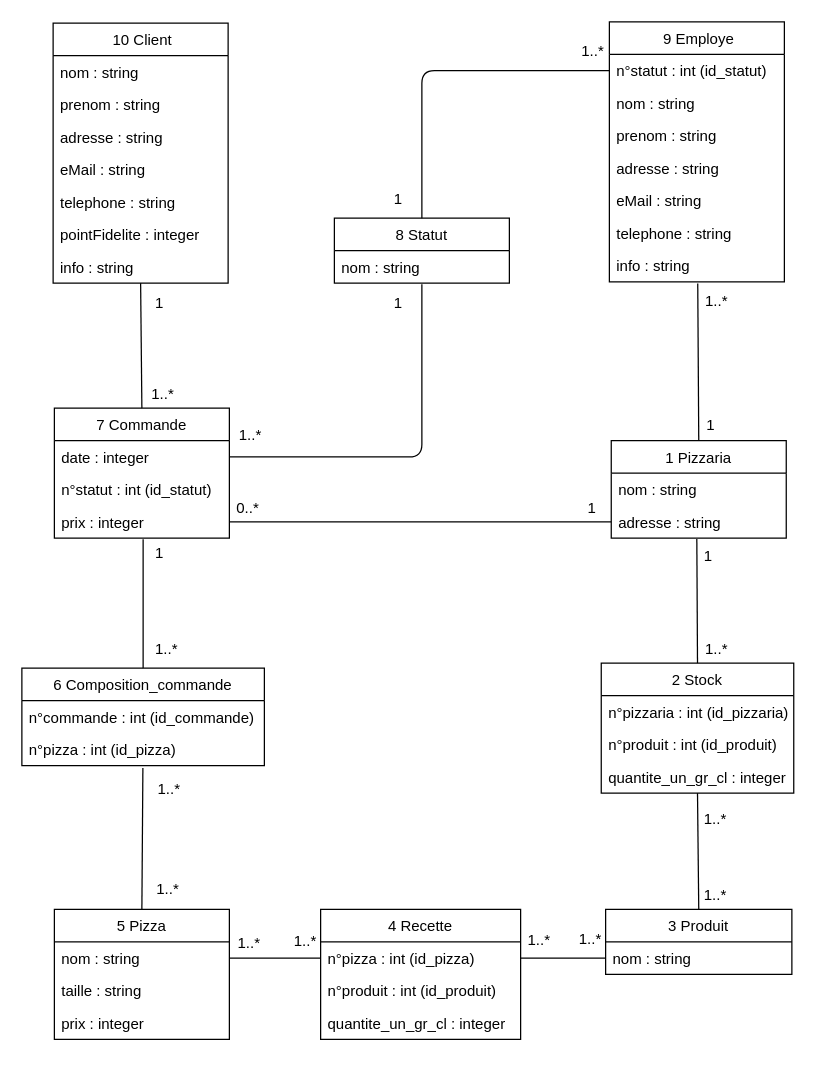
Before: diagramme_de_classe.drawio in thomsart/P6_PGESTpizza, a draw.io diagram. Source tidied: cells renumbered, new cells numbered last; positions are measured from the earlier drawing's top-left corner, leaving out a move shared by most shapes. Both pictures are drawn from the tidied source at 125%, with x=0, y=0 at pixel (21, 21).
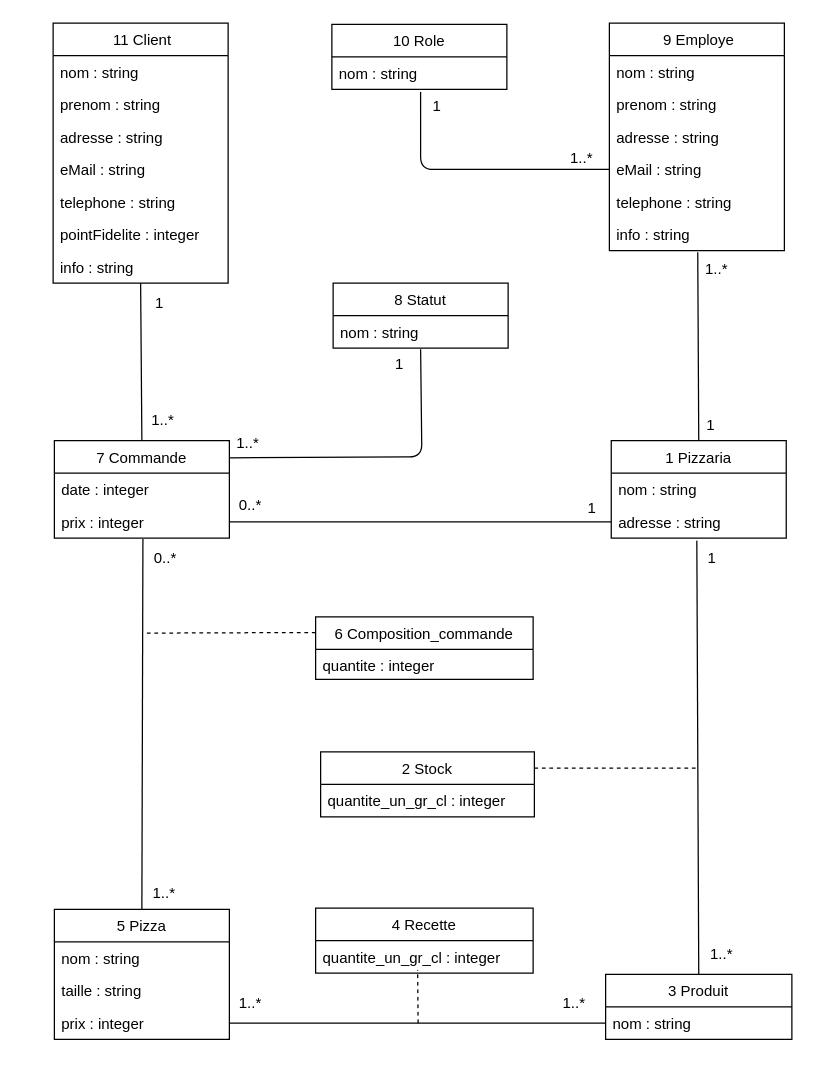
The same page after the edit.

Unchanged cells that the change refers to:
```xml
<mxCell id="12" value="date : integer" style="text;strokeColor=none;fillColor=none;align=left;verticalAlign=top;spacingLeft=4;spacingRight=4;overflow=hidden;points=[[0,0.5],[1,0.5]];portConstraint=eastwest;" parent="11" vertex="1">
  <mxGeometry y="26" width="140" height="26" as="geometry" />
</mxCell>
<mxCell id="17" value="adresse : string" style="text;strokeColor=none;fillColor=none;align=left;verticalAlign=top;spacingLeft=4;spacingRight=4;overflow=hidden;points=[[0,0.5],[1,0.5]];portConstraint=eastwest;" parent="15" vertex="1">
  <mxGeometry y="52" width="140" height="26" as="geometry" />
</mxCell>
<mxCell id="18" value="5 Pizza" style="swimlane;fontStyle=0;horizontal=1;startSize=26;fillColor=none;" parent="1" vertex="1">
  <mxGeometry x="26" y="710" width="140" height="104" as="geometry" />
</mxCell>
<mxCell id="19" value="nom : string" style="text;strokeColor=none;fillColor=none;align=left;verticalAlign=top;spacingLeft=4;spacingRight=4;overflow=hidden;points=[[0,0.5],[1,0.5]];portConstraint=eastwest;" parent="18" vertex="1">
  <mxGeometry y="26" width="140" height="26" as="geometry" />
</mxCell>
<mxCell id="21" value="prix : integer" style="text;strokeColor=none;fillColor=none;align=left;verticalAlign=top;spacingLeft=4;spacingRight=4;overflow=hidden;points=[[0,0.5],[1,0.5]];portConstraint=eastwest;" parent="18" vertex="1">
  <mxGeometry y="78" width="140" height="26" as="geometry" />
</mxCell>
<mxCell id="23" value="nom : string" style="text;strokeColor=none;fillColor=none;align=left;verticalAlign=top;spacingLeft=4;spacingRight=4;overflow=hidden;points=[[0,0.5],[1,0.5]];portConstraint=eastwest;" parent="22" vertex="1">
  <mxGeometry y="26" width="149" height="26" as="geometry" />
</mxCell>
<mxCell id="58" value="nom : string" style="text;strokeColor=none;fillColor=none;align=left;verticalAlign=top;spacingLeft=4;spacingRight=4;overflow=hidden;points=[[0,0.5],[1,0.5]];portConstraint=eastwest;" parent="57" vertex="1">
  <mxGeometry y="26" width="140" height="26" as="geometry" />
</mxCell>
```

Change to the diagram source:
```diff
@@
-    <mxCell id="2" style="endArrow=none;html=1;exitX=0.5;exitY=0;exitDx=0;exitDy=0;entryX=0.489;entryY=1.026;entryDx=0;entryDy=0;entryPerimeter=0;" parent="1" edge="1" source="53" target="17">
-      <mxGeometry relative="1" as="geometry" />
-    </mxCell>
-    <mxCell id="3" value=" 10 Client" style="swimlane;fontStyle=0;horizontal=1;startSize=26;fillColor=none;" parent="1" vertex="1">
+    <mxCell id="3" value=" 11 Client" style="swimlane;fontStyle=0;horizontal=1;startSize=26;fillColor=none;" parent="1" vertex="1">
       <mxGeometry x="25" y="1" width="140" height="208" as="geometry" />
     </mxCell>
@@
     <mxCell id="11" value="7 Commande" style="swimlane;fontStyle=0;horizontal=1;startSize=26;fillColor=none;" parent="1" vertex="1">
-      <mxGeometry x="26" y="309" width="140" height="104" as="geometry" />
+      <mxGeometry x="26" y="335" width="140" height="78" as="geometry" />
     </mxCell>
@@
-    <mxCell id="13" value="n°statut : int (id_statut)" style="text;strokeColor=none;fillColor=none;align=left;verticalAlign=top;spacingLeft=4;spacingRight=4;overflow=hidden;" parent="11" vertex="1">
-      <mxGeometry y="52" width="140" height="26" as="geometry" />
-    </mxCell>
     <mxCell id="14" value="prix : integer" style="text;strokeColor=none;fillColor=none;align=left;verticalAlign=top;spacingLeft=4;spacingRight=4;overflow=hidden;points=[[0,0.5],[1,0.5]];portConstraint=eastwest;" parent="11" vertex="1">
-      <mxGeometry y="78" width="140" height="26" as="geometry" />
+      <mxGeometry y="52" width="140" height="26" as="geometry" />
     </mxCell>
@@
     <mxCell id="22" value="3 Produit" style="swimlane;fontStyle=0;horizontal=1;startSize=26;fillColor=none;" parent="1" vertex="1">
-      <mxGeometry x="467" y="710" width="149" height="52" as="geometry" />
+      <mxGeometry x="467" y="762" width="149" height="52" as="geometry" />
     </mxCell>
@@
     <mxCell id="24" value=" 9 Employe" style="swimlane;fontStyle=0;horizontal=1;startSize=26;fillColor=none;" parent="1" vertex="1">
-      <mxGeometry x="470" width="140" height="208" as="geometry" />
+      <mxGeometry x="470" y="1" width="140" height="182" as="geometry" />
     </mxCell>
-    <mxCell id="25" value="n°statut : int (id_statut)" style="text;strokeColor=none;fillColor=none;align=left;verticalAlign=top;spacingLeft=4;spacingRight=4;overflow=hidden;points=[[0,0.5],[1,0.5]];portConstraint=eastwest;" parent="24" vertex="1">
-      <mxGeometry y="26" width="140" height="26" as="geometry" />
-    </mxCell>
     <mxCell id="26" value="nom : string" style="text;strokeColor=none;fillColor=none;align=left;verticalAlign=top;spacingLeft=4;spacingRight=4;overflow=hidden;" parent="24" vertex="1">
-      <mxGeometry y="52" width="140" height="26" as="geometry" />
+      <mxGeometry y="26" width="140" height="26" as="geometry" />
     </mxCell>
     <mxCell id="27" value="prenom : string" style="text;strokeColor=none;fillColor=none;align=left;verticalAlign=top;spacingLeft=4;spacingRight=4;overflow=hidden;" parent="24" vertex="1">
-      <mxGeometry y="78" width="140" height="26" as="geometry" />
+      <mxGeometry y="52" width="140" height="26" as="geometry" />
     </mxCell>
     <mxCell id="28" value="adresse : string" style="text;strokeColor=none;fillColor=none;align=left;verticalAlign=top;spacingLeft=4;spacingRight=4;overflow=hidden;" parent="24" vertex="1">
-      <mxGeometry y="104" width="140" height="26" as="geometry" />
+      <mxGeometry y="78" width="140" height="26" as="geometry" />
     </mxCell>
     <mxCell id="29" value="eMail : string" style="text;strokeColor=none;fillColor=none;align=left;verticalAlign=top;spacingLeft=4;spacingRight=4;overflow=hidden;points=[[0,0.5],[1,0.5]];portConstraint=eastwest;" parent="24" vertex="1">
-      <mxGeometry y="130" width="140" height="26" as="geometry" />
+      <mxGeometry y="104" width="140" height="26" as="geometry" />
     </mxCell>
     <mxCell id="30" value="telephone : string" style="text;strokeColor=none;fillColor=none;align=left;verticalAlign=top;spacingLeft=4;spacingRight=4;overflow=hidden;" parent="24" vertex="1">
-      <mxGeometry y="156" width="140" height="26" as="geometry" />
+      <mxGeometry y="130" width="140" height="26" as="geometry" />
     </mxCell>
     <mxCell id="31" value="info : string" style="text;strokeColor=none;fillColor=none;align=left;verticalAlign=top;spacingLeft=4;spacingRight=4;overflow=hidden;points=[[0,0.5],[1,0.5]];portConstraint=eastwest;" parent="24" vertex="1">
-      <mxGeometry y="182" width="140" height="26" as="geometry" />
+      <mxGeometry y="156" width="140" height="26" as="geometry" />
     </mxCell>
@@
     <mxCell id="35" value="0..*" style="text;html=1;align=left;verticalAlign=top;spacingTop=-4;" parent="1" vertex="1">
-      <mxGeometry x="170" y="379" width="30" height="20" as="geometry" />
+      <mxGeometry x="172" y="377" width="30" height="20" as="geometry" />
     </mxCell>
     <mxCell id="36" value="1..*" style="text;html=1;align=left;verticalAlign=top;spacingTop=-4;" parent="1" vertex="1">
-      <mxGeometry x="545" y="214" width="30" height="20" as="geometry" />
+      <mxGeometry x="545" y="188" width="30" height="20" as="geometry" />
     </mxCell>
@@
     <mxCell id="39" value="1..*" style="text;html=1;align=left;verticalAlign=top;spacingTop=-4;" parent="1" vertex="1">
-      <mxGeometry x="102" y="288" width="30" height="20" as="geometry" />
+      <mxGeometry x="102" y="309" width="30" height="20" as="geometry" />
     </mxCell>
     <mxCell id="40" value="1..*" style="text;html=1;align=left;verticalAlign=top;spacingTop=-4;" parent="1" vertex="1">
-      <mxGeometry x="443.5" y="724" width="30" height="20" as="geometry" />
+      <mxGeometry x="430.5" y="775" width="30" height="20" as="geometry" />
     </mxCell>
     <mxCell id="41" value="1..*" style="text;html=1;align=left;verticalAlign=top;spacingTop=-4;" parent="1" vertex="1">
-      <mxGeometry x="543.5" y="689" width="30" height="20" as="geometry" />
+      <mxGeometry x="549" y="736" width="30" height="20" as="geometry" />
     </mxCell>
     <mxCell id="42" value="1..*" style="text;html=1;align=left;verticalAlign=top;spacingTop=-4;" parent="1" vertex="1">
-      <mxGeometry x="106" y="684" width="30" height="20" as="geometry" />
+      <mxGeometry x="103" y="687" width="30" height="20" as="geometry" />
     </mxCell>
@@
     <mxCell id="44" value="1..*" style="text;html=1;align=left;verticalAlign=top;spacingTop=-4;" parent="1" vertex="1">
-      <mxGeometry x="171" y="727" width="30" height="20" as="geometry" />
+      <mxGeometry x="172" y="775" width="30" height="20" as="geometry" />
     </mxCell>
-    <mxCell id="45" value="1" style="text;html=1;align=left;verticalAlign=top;spacingTop=-4;" parent="1" vertex="1">
-      <mxGeometry x="105" y="415" width="20" height="20" as="geometry" />
-    </mxCell>
     <mxCell id="46" value="6 Composition_commande" style="swimlane;fontStyle=0;horizontal=1;startSize=26;fillColor=none;" parent="1" vertex="1">
-      <mxGeometry y="517" width="194" height="78" as="geometry" />
+      <mxGeometry x="235" y="476" width="174" height="50" as="geometry" />
     </mxCell>
-    <mxCell id="47" value="n°commande : int (id_commande)" style="text;strokeColor=none;fillColor=none;align=left;verticalAlign=top;spacingLeft=4;spacingRight=4;overflow=hidden;" parent="46" vertex="1">
-      <mxGeometry y="26" width="194" height="26" as="geometry" />
-    </mxCell>
-    <mxCell id="48" value="n°pizza : int (id_pizza)" style="text;strokeColor=none;fillColor=none;align=left;verticalAlign=top;spacingLeft=4;spacingRight=4;overflow=hidden;points=[[0,0.5],[1,0.5]];portConstraint=eastwest;" parent="46" vertex="1">
-      <mxGeometry y="52" width="194" height="26" as="geometry" />
+    <mxCell id="48" value="quantite : integer" style="text;strokeColor=none;fillColor=none;align=left;verticalAlign=top;spacingLeft=4;spacingRight=4;overflow=hidden;points=[[0,0.5],[1,0.5]];portConstraint=eastwest;" parent="46" vertex="1">
+      <mxGeometry y="26" width="174" height="24" as="geometry" />
     </mxCell>
     <mxCell id="49" value="4 Recette" style="swimlane;fontStyle=0;horizontal=1;startSize=26;fillColor=none;" parent="1" vertex="1">
-      <mxGeometry x="239" y="710" width="160" height="104" as="geometry" />
+      <mxGeometry x="235" y="709" width="174" height="52" as="geometry" />
     </mxCell>
-    <mxCell id="50" value="n°pizza : int (id_pizza)" style="text;strokeColor=none;fillColor=none;align=left;verticalAlign=top;spacingLeft=4;spacingRight=4;overflow=hidden;points=[[0,0.5],[1,0.5]];portConstraint=eastwest;" parent="49" vertex="1">
-      <mxGeometry y="26" width="160" height="26" as="geometry" />
-    </mxCell>
-    <mxCell id="51" value="n°produit : int (id_produit)" style="text;strokeColor=none;fillColor=none;align=left;verticalAlign=top;spacingLeft=4;spacingRight=4;overflow=hidden;" parent="49" vertex="1">
-      <mxGeometry y="52" width="160" height="26" as="geometry" />
-    </mxCell>
     <mxCell id="52" value="quantite_un_gr_cl : integer" style="text;strokeColor=none;fillColor=none;align=left;verticalAlign=top;spacingLeft=4;spacingRight=4;overflow=hidden;" parent="49" vertex="1">
-      <mxGeometry y="78" width="160" height="26" as="geometry" />
+      <mxGeometry y="26" width="174" height="26" as="geometry" />
     </mxCell>
     <mxCell id="53" value="2 Stock" style="swimlane;fontStyle=0;horizontal=1;startSize=26;fillColor=none;" parent="1" vertex="1">
-      <mxGeometry x="463.5" y="513" width="154" height="104" as="geometry" />
+      <mxGeometry x="239" y="584" width="171" height="52" as="geometry" />
     </mxCell>
-    <mxCell id="54" value="n°pizzaria : int (id_pizzaria)" style="text;strokeColor=none;fillColor=none;align=left;verticalAlign=top;spacingLeft=4;spacingRight=4;overflow=hidden;" parent="53" vertex="1">
-      <mxGeometry y="26" width="154" height="26" as="geometry" />
-    </mxCell>
-    <mxCell id="55" value="n°produit : int (id_produit)" style="text;strokeColor=none;fillColor=none;align=left;verticalAlign=top;spacingLeft=4;spacingRight=4;overflow=hidden;" parent="53" vertex="1">
-      <mxGeometry y="52" width="154" height="26" as="geometry" />
-    </mxCell>
     <mxCell id="56" value="quantite_un_gr_cl : integer" style="text;strokeColor=none;fillColor=none;align=left;verticalAlign=top;spacingLeft=4;spacingRight=4;overflow=hidden;" parent="53" vertex="1">
-      <mxGeometry y="78" width="154" height="26" as="geometry" />
+      <mxGeometry y="26" width="171" height="26" as="geometry" />
     </mxCell>
     <mxCell id="57" value="8 Statut" style="swimlane;fontStyle=0;horizontal=1;startSize=26;fillColor=none;" parent="1" vertex="1">
-      <mxGeometry x="250" y="157" width="140" height="52" as="geometry" />
+      <mxGeometry x="249" y="209" width="140" height="52" as="geometry" />
     </mxCell>
@@
-    <mxCell id="59" style="endArrow=none;html=1;entryX=0.5;entryY=1.038;entryDx=0;entryDy=0;entryPerimeter=0;exitX=1;exitY=0.5;exitDx=0;exitDy=0;" parent="1" edge="1" source="12" target="58">
+    <mxCell id="59" style="endArrow=none;html=1;entryX=0.5;entryY=1.038;entryDx=0;entryDy=0;entryPerimeter=0;exitX=1.004;exitY=0.176;exitDx=0;exitDy=0;exitPerimeter=0;" parent="1" edge="1" source="11" target="58">
       <mxGeometry relative="1" as="geometry">
         <Array as="points">
           <mxPoint x="320" y="348" />
         </Array>
       </mxGeometry>
     </mxCell>
-    <mxCell id="60" style="endArrow=none;html=1;entryX=0;entryY=0.5;entryDx=0;entryDy=0;exitX=0.5;exitY=0;exitDx=0;exitDy=0;" parent="1" edge="1" source="57" target="25">
-      <mxGeometry relative="1" as="geometry">
-        <Array as="points">
-          <mxPoint x="320" y="39" />
-        </Array>
-      </mxGeometry>
-    </mxCell>
     <mxCell id="61" value="1..*" style="text;html=1;align=left;verticalAlign=top;spacingTop=-4;" parent="1" vertex="1">
-      <mxGeometry x="172" y="321" width="30" height="20" as="geometry" />
+      <mxGeometry x="170" y="327" width="30" height="20" as="geometry" />
     </mxCell>
     <mxCell id="62" value="1" style="text;html=1;align=left;verticalAlign=top;spacingTop=-4;" parent="1" vertex="1">
-      <mxGeometry x="296" y="215" width="20" height="20" as="geometry" />
+      <mxGeometry x="296.5" y="264" width="20" height="20" as="geometry" />
     </mxCell>
-    <mxCell id="63" value="1" style="text;html=1;align=left;verticalAlign=top;spacingTop=-4;" parent="1" vertex="1">
-      <mxGeometry x="296" y="132" width="20" height="20" as="geometry" />
-    </mxCell>
-    <mxCell id="64" value="1..*" style="text;html=1;align=left;verticalAlign=top;spacingTop=-4;" parent="1" vertex="1">
-      <mxGeometry x="446" y="14" width="30" height="20" as="geometry" />
-    </mxCell>
-    <mxCell id="65" style="endArrow=none;html=1;entryX=0.5;entryY=0;entryDx=0;entryDy=0;exitX=0.499;exitY=1.076;exitDx=0;exitDy=0;exitPerimeter=0;" parent="1" edge="1" source="48" target="18">
+    <mxCell id="65" style="endArrow=none;html=1;entryX=0.5;entryY=0;entryDx=0;entryDy=0;exitX=0.506;exitY=1.028;exitDx=0;exitDy=0;exitPerimeter=0;" parent="1" edge="1" source="14" target="18">
       <mxGeometry relative="1" as="geometry" />
     </mxCell>
-    <mxCell id="66" style="endArrow=none;html=1;exitX=0.5;exitY=0;exitDx=0;exitDy=0;entryX=0.507;entryY=1.038;entryDx=0;entryDy=0;entryPerimeter=0;" parent="1" edge="1" source="46" target="14">
-      <mxGeometry relative="1" as="geometry" />
-    </mxCell>
-    <mxCell id="67" style="endArrow=none;html=1;exitX=0.5;exitY=1;exitDx=0;exitDy=0;entryX=0.5;entryY=0;entryDx=0;entryDy=0;" parent="1" edge="1" source="53" target="22">
+    <mxCell id="67" style="endArrow=none;html=1;exitX=0.489;exitY=1.077;exitDx=0;exitDy=0;entryX=0.5;entryY=0;entryDx=0;entryDy=0;exitPerimeter=0;" parent="1" edge="1" source="17" target="22">
       <mxGeometry relative="1" as="geometry" />
     </mxCell>
-    <mxCell id="68" style="endArrow=none;html=1;exitX=0;exitY=0.5;exitDx=0;exitDy=0;entryX=1;entryY=0.5;entryDx=0;entryDy=0;" parent="1" edge="1" source="23" target="50">
-      <mxGeometry relative="1" as="geometry" />
-    </mxCell>
-    <mxCell id="69" style="endArrow=none;html=1;exitX=0;exitY=0.5;exitDx=0;exitDy=0;entryX=1;entryY=0.5;entryDx=0;entryDy=0;" parent="1" edge="1" source="50" target="19">
+    <mxCell id="69" style="endArrow=none;html=1;exitX=0;exitY=0.5;exitDx=0;exitDy=0;entryX=1;entryY=0.5;entryDx=0;entryDy=0;" parent="1" edge="1" source="23" target="21">
       <mxGeometry relative="1" as="geometry" />
     </mxCell>
-    <mxCell id="70" value="1..*" style="text;html=1;align=left;verticalAlign=top;spacingTop=-4;" parent="1" vertex="1">
-      <mxGeometry x="403" y="725" width="30" height="20" as="geometry" />
-    </mxCell>
-    <mxCell id="71" value="1..*" style="text;html=1;align=left;verticalAlign=top;spacingTop=-4;" parent="1" vertex="1">
-      <mxGeometry x="544" y="627.7" width="30" height="20" as="geometry" />
-    </mxCell>
-    <mxCell id="72" value="1..*" style="text;html=1;align=left;verticalAlign=top;spacingTop=-4;" parent="1" vertex="1">
-      <mxGeometry x="544.5" y="492" width="30" height="20" as="geometry" />
-    </mxCell>
     <mxCell id="73" value="1" style="text;html=1;align=left;verticalAlign=top;spacingTop=-4;" parent="1" vertex="1">
-      <mxGeometry x="544" y="418" width="20" height="20" as="geometry" />
+      <mxGeometry x="547" y="419" width="20" height="20" as="geometry" />
     </mxCell>
-    <mxCell id="74" value="1..*" style="text;html=1;align=left;verticalAlign=top;spacingTop=-4;" parent="1" vertex="1">
-      <mxGeometry x="216" y="726.1" width="30" height="20" as="geometry" />
-    </mxCell>
-    <mxCell id="75" value="1..*" style="text;html=1;align=left;verticalAlign=top;spacingTop=-4;" parent="1" vertex="1">
-      <mxGeometry x="107" y="603.5" width="30" height="20" as="geometry" />
-    </mxCell>
-    <mxCell id="76" value="1..*" style="text;html=1;align=left;verticalAlign=top;spacingTop=-4;" parent="1" vertex="1">
-      <mxGeometry x="105" y="492" width="30" height="20" as="geometry" />
-    </mxCell>
+    <mxCell id="77" value="10 Role" style="swimlane;fontStyle=0;horizontal=1;startSize=26;fillColor=none;" parent="1" vertex="1">
+      <mxGeometry x="248" y="2" width="140" height="52" as="geometry" />
+    </mxCell>
+    <mxCell id="78" value="nom : string" style="text;strokeColor=none;fillColor=none;align=left;verticalAlign=top;spacingLeft=4;spacingRight=4;overflow=hidden;points=[[0,0.5],[1,0.5]];portConstraint=eastwest;" parent="77" vertex="1">
+      <mxGeometry y="26" width="140" height="26" as="geometry" />
+    </mxCell>
+    <mxCell id="79" style="endArrow=none;html=1;entryX=0.507;entryY=1.077;entryDx=0;entryDy=0;entryPerimeter=0;exitX=0;exitY=0.5;exitDx=0;exitDy=0;" parent="1" edge="1" source="29" target="78">
+      <mxGeometry relative="1" as="geometry">
+        <Array as="points">
+          <mxPoint x="319" y="118" />
+        </Array>
+      </mxGeometry>
+    </mxCell>
+    <mxCell id="80" value="1" style="text;html=1;align=left;verticalAlign=top;spacingTop=-4;" parent="1" vertex="1">
+      <mxGeometry x="326.5" y="58" width="20" height="20" as="geometry" />
+    </mxCell>
+    <mxCell id="81" value="1..*" style="text;html=1;align=left;verticalAlign=top;spacingTop=-4;" parent="1" vertex="1">
+      <mxGeometry x="437" y="99" width="30" height="20" as="geometry" />
+    </mxCell>
+    <mxCell id="82" style="endArrow=none;dashed=1;html=1;entryX=0.51;entryY=1.132;entryDx=0;entryDy=0;entryPerimeter=0;" parent="1" edge="1">
+      <mxGeometry relative="1" as="geometry">
+        <mxPoint x="317" y="801" as="sourcePoint" />
+        <mxPoint x="316.6" y="758.4" as="targetPoint" />
+      </mxGeometry>
+    </mxCell>
+    <mxCell id="83" style="endArrow=none;dashed=1;html=1;entryX=1;entryY=0.25;entryDx=0;entryDy=0;" parent="1" edge="1" target="53">
+      <mxGeometry relative="1" as="geometry">
+        <mxPoint x="539" y="597" as="sourcePoint" />
+      </mxGeometry>
+    </mxCell>
+    <mxCell id="84" value="0..*" style="text;html=1;align=left;verticalAlign=top;spacingTop=-4;" parent="1" vertex="1">
+      <mxGeometry x="104" y="419" width="30" height="20" as="geometry" />
+    </mxCell>
+    <mxCell id="85" style="endArrow=none;dashed=1;html=1;exitX=0;exitY=0.25;exitDx=0;exitDy=0;" parent="1" edge="1" source="46">
+      <mxGeometry relative="1" as="geometry">
+        <mxPoint x="99" y="489" as="targetPoint" />
+      </mxGeometry>
+    </mxCell>
```
